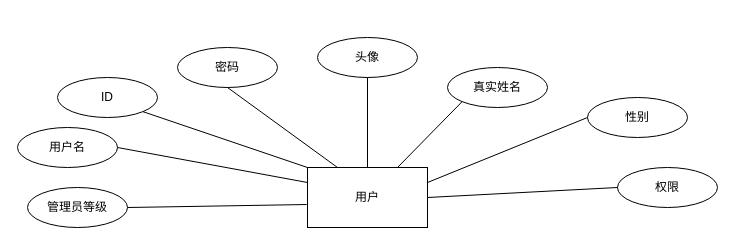
YuChenLiao/UML keeps this draw.io diagram as 用户实体图.drawio. Above is the earlier version. Source tidied: cells renumbered, new cells numbered last; positions are measured from the earlier drawing's top-left corner, leaving out a move shared by most shapes. Both pictures are drawn from the tidied source at 100%, with x=0, y=0 at pixel (17, 37).
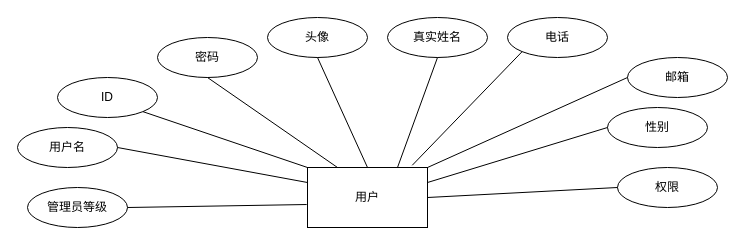
The same diagram, later.

Commit message:
更新用户实体图.drawio

Unchanged cells that the change refers to:
```xml
<mxCell id="2" value="用户" style="rounded=0;whiteSpace=wrap;html=1;" parent="1" vertex="1">
  <mxGeometry x="290" y="130" width="120" height="60" as="geometry" />
</mxCell>
```

Change to the diagram source:
```diff
@@
     <mxCell id="4" value="密码" style="ellipse;whiteSpace=wrap;html=1;align=center;" parent="1" vertex="1">
-      <mxGeometry x="160" y="10" width="100" height="40" as="geometry" />
+      <mxGeometry x="140" width="100" height="40" as="geometry" />
     </mxCell>
     <mxCell id="5" value="头像" style="ellipse;whiteSpace=wrap;html=1;align=center;" parent="1" vertex="1">
-      <mxGeometry x="300" width="100" height="40" as="geometry" />
+      <mxGeometry x="250" y="-20" width="100" height="40" as="geometry" />
     </mxCell>
     <mxCell id="6" value="真实姓名" style="ellipse;whiteSpace=wrap;html=1;align=center;" parent="1" vertex="1">
-      <mxGeometry x="430" y="30" width="100" height="40" as="geometry" />
+      <mxGeometry x="370" y="-20" width="100" height="40" as="geometry" />
     </mxCell>
     <mxCell id="7" value="性别" style="ellipse;whiteSpace=wrap;html=1;align=center;" parent="1" vertex="1">
-      <mxGeometry x="570" y="60" width="100" height="40" as="geometry" />
+      <mxGeometry x="590" y="70" width="100" height="40" as="geometry" />
     </mxCell>
@@
-    <mxCell id="14" style="endArrow=none;html=1;rounded=0;exitX=0.75;exitY=0;exitDx=0;exitDy=0;entryX=0;entryY=1;entryDx=0;entryDy=0;" parent="1" edge="1" source="2" target="6">
+    <mxCell id="14" style="endArrow=none;html=1;rounded=0;exitX=0.75;exitY=0;exitDx=0;exitDy=0;entryX=0.5;entryY=1;entryDx=0;entryDy=0;" parent="1" edge="1" source="2" target="6">
       <mxGeometry relative="1" as="geometry" />
     </mxCell>
@@
+    <mxCell id="19" value="电话" style="ellipse;whiteSpace=wrap;html=1;align=center;" parent="1" vertex="1">
+      <mxGeometry x="490" y="-20" width="100" height="40" as="geometry" />
+    </mxCell>
+    <mxCell id="20" value="邮箱" style="ellipse;whiteSpace=wrap;html=1;align=center;" parent="1" vertex="1">
+      <mxGeometry x="610" y="20" width="100" height="40" as="geometry" />
+    </mxCell>
+    <mxCell id="21" style="endArrow=none;html=1;rounded=0;exitX=0.873;exitY=-0.037;exitDx=0;exitDy=0;exitPerimeter=0;entryX=0;entryY=1;entryDx=0;entryDy=0;" parent="1" edge="1" source="2" target="19">
+      <mxGeometry relative="1" as="geometry" />
+    </mxCell>
+    <mxCell id="22" style="endArrow=none;html=1;rounded=0;exitX=1;exitY=0;exitDx=0;exitDy=0;entryX=0;entryY=0.5;entryDx=0;entryDy=0;" parent="1" edge="1" source="2" target="20">
+      <mxGeometry relative="1" as="geometry" />
+    </mxCell>
```
